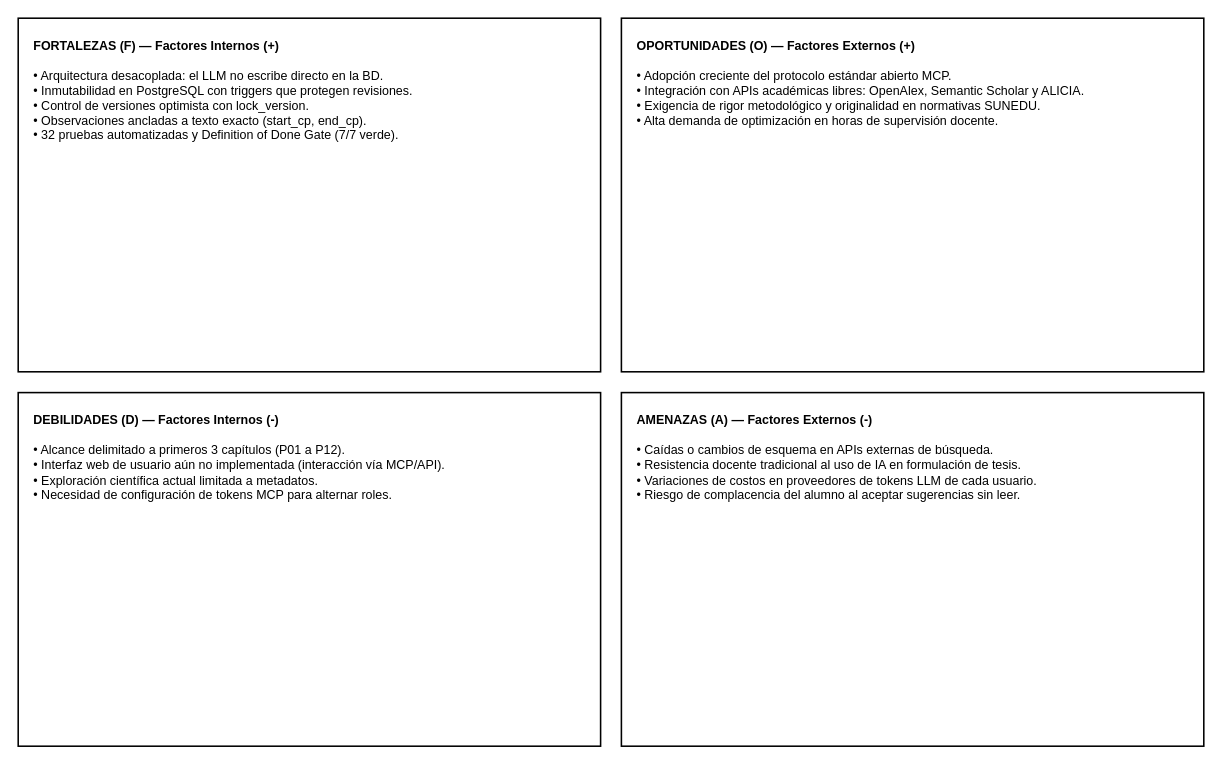
This is docs/diagramas/03_foda_diagnostico_estrategico.drawio from Jupiloy/TesisMCP, a draw.io file, before an edit. Source tidied: cells renumbered, new cells numbered last; positions are measured from the earlier drawing's top-left corner, leaving out a move shared by most shapes. Both pictures are drawn from the tidied source at 104%, with x=0, y=0 at pixel (18, 18).
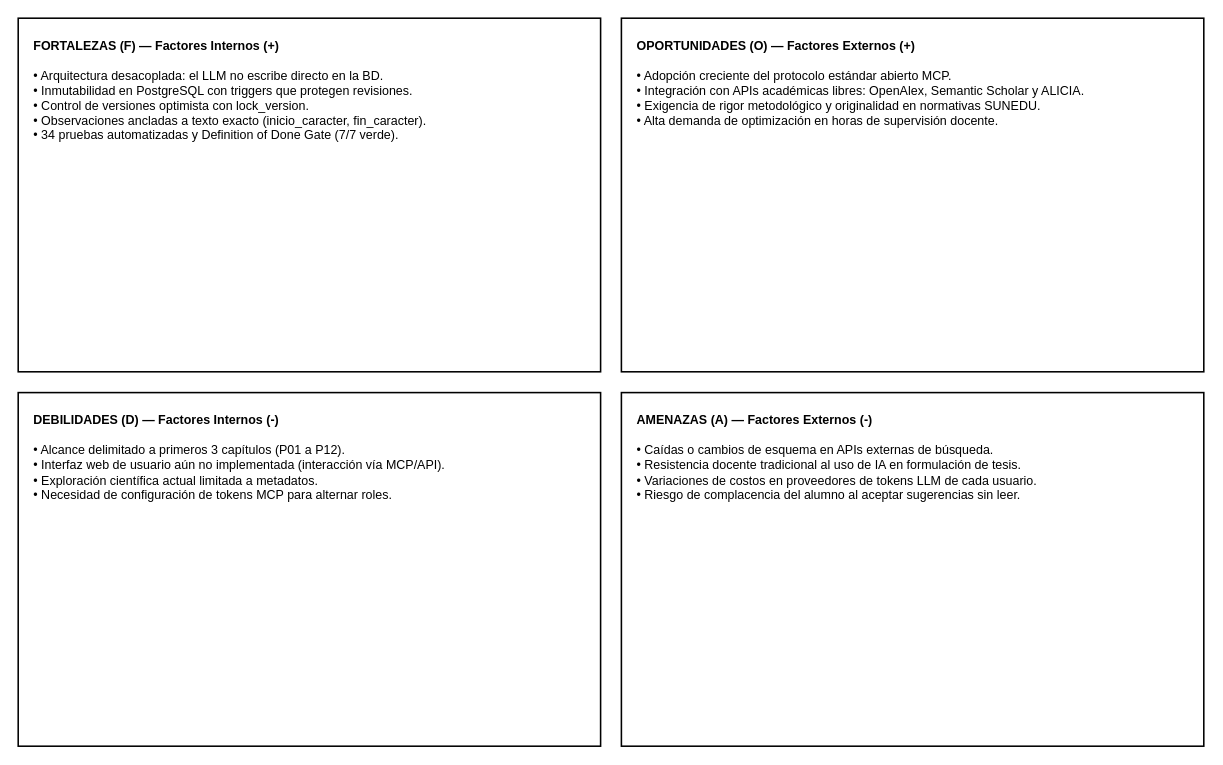
The same page after the edit.

The edit, as a diff of the source:
```diff
@@
 <mxGraphModel>
   <root>
     <mxCell id="0" />
     <mxCell id="1" parent="0" />
-    <mxCell id="2" value="&lt;b&gt;FORTALEZAS (F) — Factores Internos (+)&lt;/b&gt;&lt;br/&gt;&lt;br/&gt;• Arquitectura desacoplada: el LLM no escribe directo en la BD.&lt;br/&gt;• Inmutabilidad en PostgreSQL con triggers que protegen revisiones.&lt;br/&gt;• Control de versiones optimista con lock_version.&lt;br/&gt;• Observaciones ancladas a texto exacto (start_cp, end_cp).&lt;br/&gt;• 32 pruebas automatizadas y Definition of Done Gate (7/7 verde)." style="rounded=0;whiteSpace=wrap;html=1;strokeColor=#000000;strokeWidth=1.5;fillColor=#ffffff;align=left;spacing=15;fontSize=12;verticalAlign=top;" parent="1" vertex="1">
+    <mxCell id="2" value="&lt;b&gt;FORTALEZAS (F) — Factores Internos (+)&lt;/b&gt;&lt;br/&gt;&lt;br/&gt;• Arquitectura desacoplada: el LLM no escribe directo en la BD.&lt;br/&gt;• Inmutabilidad en PostgreSQL con triggers que protegen revisiones.&lt;br/&gt;• Control de versiones optimista con lock_version.&lt;br/&gt;• Observaciones ancladas a texto exacto (inicio_caracter, fin_caracter).&lt;br/&gt;• 34 pruebas automatizadas y Definition of Done Gate (7/7 verde)." style="rounded=0;whiteSpace=wrap;html=1;strokeColor=#000000;strokeWidth=1.5;fillColor=#ffffff;align=left;spacing=15;fontSize=12;verticalAlign=top;" parent="1" vertex="1">
       <mxGeometry width="560" height="340" as="geometry" />
     </mxCell>
     <mxCell id="3" value="&lt;b&gt;OPORTUNIDADES (O) — Factores Externos (+)&lt;/b&gt;&lt;br/&gt;&lt;br/&gt;• Adopción creciente del protocolo estándar abierto MCP.&lt;br/&gt;• Integración con APIs académicas libres: OpenAlex, Semantic Scholar y ALICIA.&lt;br/&gt;• Exigencia de rigor metodológico y originalidad en normativas SUNEDU.&lt;br/&gt;• Alta demanda de optimización en horas de supervisión docente." style="rounded=0;whiteSpace=wrap;html=1;strokeColor=#000000;strokeWidth=1.5;fillColor=#ffffff;align=left;spacing=15;fontSize=12;verticalAlign=top;" parent="1" vertex="1">
       <mxGeometry x="580" width="560" height="340" as="geometry" />
     </mxCell>
     <mxCell id="4" value="&lt;b&gt;DEBILIDADES (D) — Factores Internos (-)&lt;/b&gt;&lt;br/&gt;&lt;br/&gt;• Alcance delimitado a primeros 3 capítulos (P01 a P12).&lt;br/&gt;• Interfaz web de usuario aún no implementada (interacción vía MCP/API).&lt;br/&gt;• Exploración científica actual limitada a metadatos.&lt;br/&gt;• Necesidad de configuración de tokens MCP para alternar roles." style="rounded=0;whiteSpace=wrap;html=1;strokeColor=#000000;strokeWidth=1.5;fillColor=#ffffff;align=left;spacing=15;fontSize=12;verticalAlign=top;" parent="1" vertex="1">
       <mxGeometry y="360" width="560" height="340" as="geometry" />
     </mxCell>
     <mxCell id="5" value="&lt;b&gt;AMENAZAS (A) — Factores Externos (-)&lt;/b&gt;&lt;br/&gt;&lt;br/&gt;• Caídas o cambios de esquema en APIs externas de búsqueda.&lt;br/&gt;• Resistencia docente tradicional al uso de IA en formulación de tesis.&lt;br/&gt;• Variaciones de costos en proveedores de tokens LLM de cada usuario.&lt;br/&gt;• Riesgo de complacencia del alumno al aceptar sugerencias sin leer." style="rounded=0;whiteSpace=wrap;html=1;strokeColor=#000000;strokeWidth=1.5;fillColor=#ffffff;align=left;spacing=15;fontSize=12;verticalAlign=top;" parent="1" vertex="1">
       <mxGeometry x="580" y="360" width="560" height="340" as="geometry" />
     </mxCell>
   </root>
 </mxGraphModel>
```
